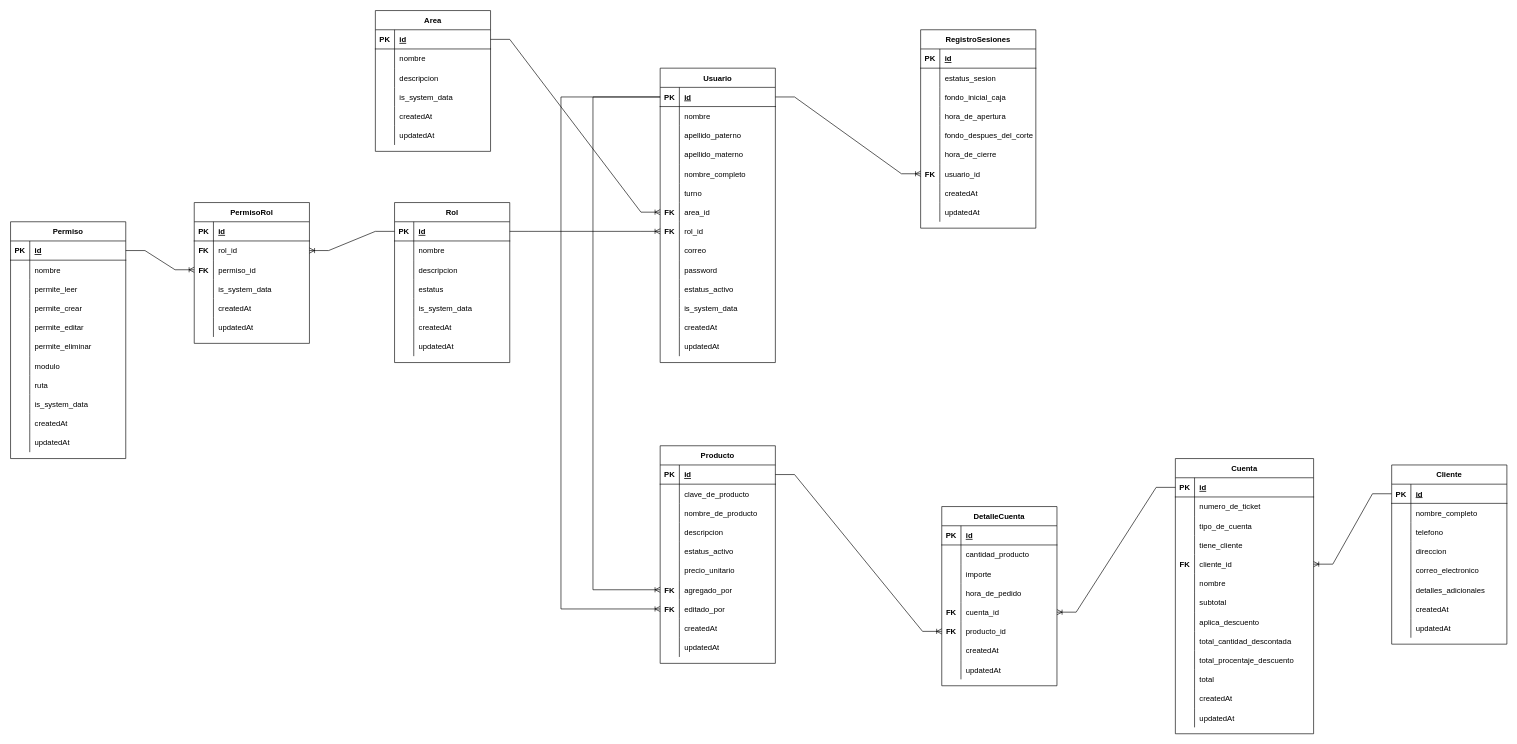
Before: docs/base_de_datos.drawio in Alexander0144/dafnis-cloud, a draw.io diagram. Source tidied: cells renumbered, new cells numbered last; positions are measured from the earlier drawing's top-left corner, leaving out a move shared by most shapes. Both pictures are drawn from the tidied source at 64%, with x=0, y=0 at pixel (10, 10).
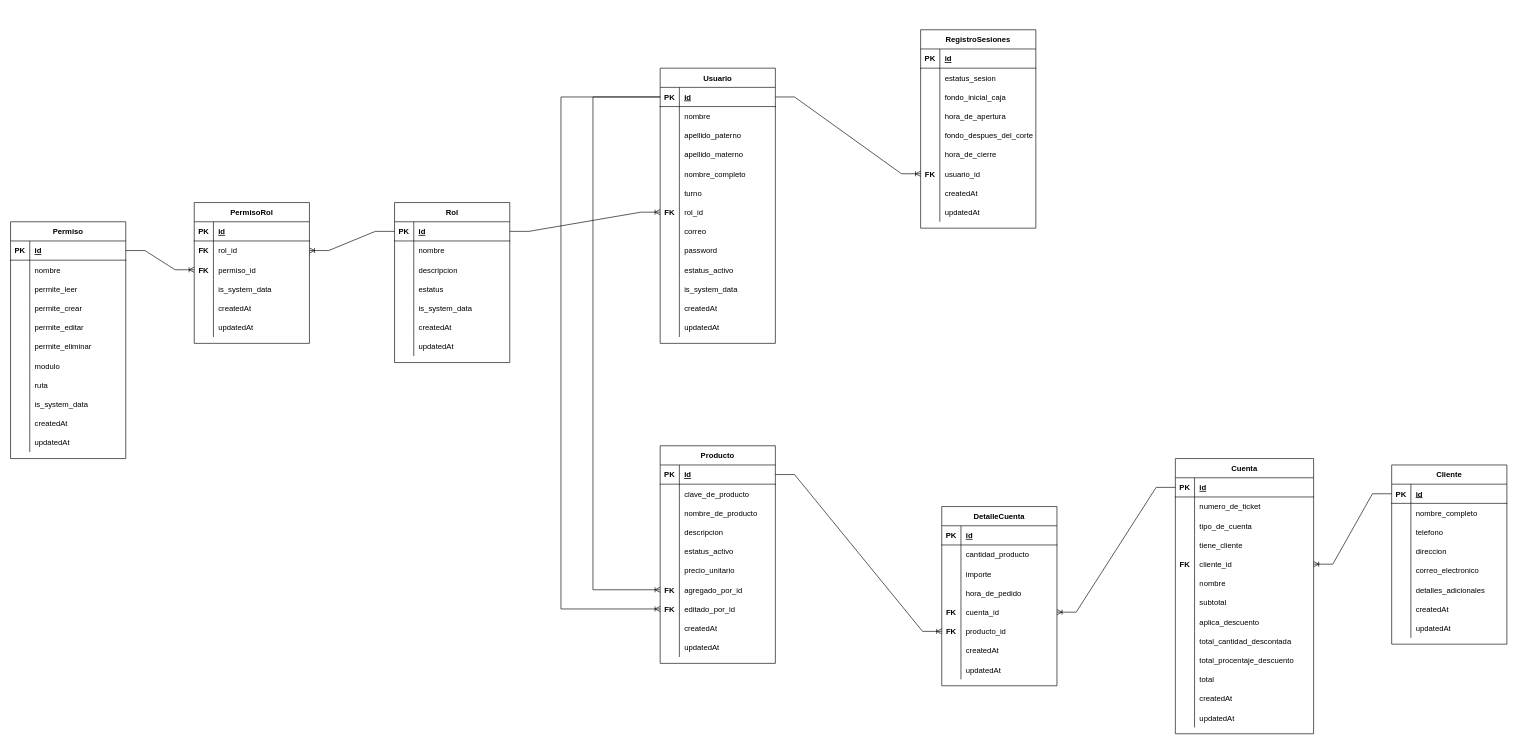
The same diagram, later.

Commit message (it also covers changes not shown here):
wip: working on project base models and structure

The change refers to these unchanged cells:
```xml
<mxCell id="191" style="shape=tableRow;horizontal=0;startSize=0;swimlaneHead=0;swimlaneBody=0;fillColor=none;points=[[0,0.5],[1,0.5]];portConstraint=eastwest;top=0;left=0;right=0;bottom=0;" parent="172" vertex="1">
  <mxGeometry y="210" width="180" height="30" as="geometry" />
</mxCell>
<mxCell id="194" style="shape=tableRow;horizontal=0;startSize=0;swimlaneHead=0;swimlaneBody=0;fillColor=none;points=[[0,0.5],[1,0.5]];portConstraint=eastwest;top=0;left=0;right=0;bottom=0;" parent="172" vertex="1">
  <mxGeometry y="240" width="180" height="30" as="geometry" />
</mxCell>
```

The edit, as a diff of the source:
```diff
@@
     <mxCell id="2" value="Usuario" style="shape=table;startSize=30;childLayout=tableLayout;rowLines=0;fontStyle=1;align=center;" parent="1" vertex="1">
-      <mxGeometry x="1015" y="90" width="180" height="460" as="geometry" />
+      <mxGeometry x="1015" y="90" width="180" height="430" as="geometry" />
     </mxCell>
@@
-    <mxCell id="21" style="shape=tableRow;horizontal=0;startSize=0;swimlaneHead=0;swimlaneBody=0;fillColor=none;points=[[0,0.5],[1,0.5]];portConstraint=eastwest;top=0;left=0;right=0;bottom=0;" parent="2" vertex="1">
-      <mxGeometry y="210" width="180" height="30" as="geometry" />
-    </mxCell>
-    <mxCell id="22" value="FK" style="shape=partialRectangle;fillColor=none;top=0;left=0;bottom=0;right=0;overflow=hidden;fontStyle=1;" parent="21" vertex="1">
-      <mxGeometry width="30" height="30" as="geometry" />
-    </mxCell>
-    <mxCell id="23" value="area_id" style="shape=partialRectangle;fillColor=none;top=0;left=0;bottom=0;right=0;align=left;spacingLeft=6;overflow=hidden;" parent="21" vertex="1">
-      <mxGeometry x="30" width="150" height="30" as="geometry" />
-    </mxCell>
     <mxCell id="24" style="shape=tableRow;horizontal=0;startSize=0;swimlaneHead=0;swimlaneBody=0;fillColor=none;points=[[0,0.5],[1,0.5]];portConstraint=eastwest;top=0;left=0;right=0;bottom=0;" parent="2" vertex="1">
-      <mxGeometry y="240" width="180" height="30" as="geometry" />
+      <mxGeometry y="210" width="180" height="30" as="geometry" />
     </mxCell>
@@
     <mxCell id="27" style="shape=tableRow;horizontal=0;startSize=0;swimlaneHead=0;swimlaneBody=0;fillColor=none;top=0;left=0;right=0;bottom=0;" parent="2" vertex="1">
-      <mxGeometry y="270" width="180" height="30" as="geometry" />
+      <mxGeometry y="240" width="180" height="30" as="geometry" />
     </mxCell>
@@
     <mxCell id="30" style="shape=tableRow;horizontal=0;startSize=0;swimlaneHead=0;swimlaneBody=0;fillColor=none;top=0;left=0;right=0;bottom=0;" parent="2" vertex="1">
-      <mxGeometry y="300" width="180" height="30" as="geometry" />
+      <mxGeometry y="270" width="180" height="30" as="geometry" />
     </mxCell>
@@
     <mxCell id="33" style="shape=tableRow;horizontal=0;startSize=0;swimlaneHead=0;swimlaneBody=0;fillColor=none;top=0;left=0;right=0;bottom=0;" parent="2" vertex="1">
-      <mxGeometry y="330" width="180" height="30" as="geometry" />
+      <mxGeometry y="300" width="180" height="30" as="geometry" />
     </mxCell>
@@
     <mxCell id="36" style="shape=tableRow;horizontal=0;startSize=0;swimlaneHead=0;swimlaneBody=0;fillColor=none;top=0;left=0;right=0;bottom=0;" parent="2" vertex="1">
-      <mxGeometry y="360" width="180" height="30" as="geometry" />
+      <mxGeometry y="330" width="180" height="30" as="geometry" />
     </mxCell>
@@
     <mxCell id="39" style="shape=tableRow;horizontal=0;startSize=0;swimlaneHead=0;swimlaneBody=0;fillColor=none;top=0;left=0;right=0;bottom=0;" parent="2" vertex="1">
-      <mxGeometry y="390" width="180" height="30" as="geometry" />
+      <mxGeometry y="360" width="180" height="30" as="geometry" />
     </mxCell>
@@
     <mxCell id="42" style="shape=tableRow;horizontal=0;startSize=0;swimlaneHead=0;swimlaneBody=0;fillColor=none;top=0;left=0;right=0;bottom=0;" parent="2" vertex="1">
-      <mxGeometry y="420" width="180" height="30" as="geometry" />
+      <mxGeometry y="390" width="180" height="30" as="geometry" />
     </mxCell>
@@
-    <mxCell id="45" value="Area" style="shape=table;startSize=30;childLayout=tableLayout;rowLines=0;fontStyle=1;align=center;" parent="1" vertex="1">
-      <mxGeometry x="570" width="180" height="220" as="geometry" />
-    </mxCell>
-    <mxCell id="46" style="shape=tableRow;horizontal=0;startSize=0;swimlaneHead=0;swimlaneBody=0;fillColor=none;points=[[0,0.5],[1,0.5]];portConstraint=eastwest;top=0;left=0;right=0;bottom=1;" parent="45" vertex="1">
-      <mxGeometry y="30" width="180" height="30" as="geometry" />
-    </mxCell>
-    <mxCell id="47" value="PK" style="shape=partialRectangle;fillColor=none;top=0;left=0;bottom=0;right=0;fontStyle=1;overflow=hidden;" parent="46" vertex="1">
-      <mxGeometry width="30" height="30" as="geometry" />
-    </mxCell>
-    <mxCell id="48" value="id" style="shape=partialRectangle;fillColor=none;top=0;left=0;bottom=0;right=0;align=left;spacingLeft=6;fontStyle=5;overflow=hidden;" parent="46" vertex="1">
-      <mxGeometry x="30" width="150" height="30" as="geometry" />
-    </mxCell>
-    <mxCell id="49" style="shape=tableRow;horizontal=0;startSize=0;swimlaneHead=0;swimlaneBody=0;fillColor=none;top=0;left=0;right=0;bottom=0;" parent="45" vertex="1">
-      <mxGeometry y="60" width="180" height="30" as="geometry" />
-    </mxCell>
-    <mxCell id="50" style="shape=partialRectangle;fillColor=none;top=0;left=0;bottom=0;right=0;overflow=hidden;" parent="49" vertex="1">
-      <mxGeometry width="30" height="30" as="geometry" />
-    </mxCell>
-    <mxCell id="51" value="nombre" style="shape=partialRectangle;fillColor=none;top=0;left=0;bottom=0;right=0;align=left;spacingLeft=6;overflow=hidden;" parent="49" vertex="1">
-      <mxGeometry x="30" width="150" height="30" as="geometry" />
-    </mxCell>
-    <mxCell id="52" style="shape=tableRow;horizontal=0;startSize=0;swimlaneHead=0;swimlaneBody=0;fillColor=none;top=0;left=0;right=0;bottom=0;" parent="45" vertex="1">
-      <mxGeometry y="90" width="180" height="30" as="geometry" />
-    </mxCell>
-    <mxCell id="53" style="shape=partialRectangle;fillColor=none;top=0;left=0;bottom=0;right=0;overflow=hidden;" parent="52" vertex="1">
-      <mxGeometry width="30" height="30" as="geometry" />
-    </mxCell>
-    <mxCell id="54" value="descripcion" style="shape=partialRectangle;fillColor=none;top=0;left=0;bottom=0;right=0;align=left;spacingLeft=6;overflow=hidden;" parent="52" vertex="1">
-      <mxGeometry x="30" width="150" height="30" as="geometry" />
-    </mxCell>
-    <mxCell id="55" style="shape=tableRow;horizontal=0;startSize=0;swimlaneHead=0;swimlaneBody=0;fillColor=none;top=0;left=0;right=0;bottom=0;" parent="45" vertex="1">
-      <mxGeometry y="120" width="180" height="30" as="geometry" />
-    </mxCell>
-    <mxCell id="56" style="shape=partialRectangle;fillColor=none;top=0;left=0;bottom=0;right=0;overflow=hidden;" parent="55" vertex="1">
-      <mxGeometry width="30" height="30" as="geometry" />
-    </mxCell>
-    <mxCell id="57" value="is_system_data" style="shape=partialRectangle;fillColor=none;top=0;left=0;bottom=0;right=0;align=left;spacingLeft=6;overflow=hidden;" parent="55" vertex="1">
-      <mxGeometry x="30" width="150" height="30" as="geometry" />
-    </mxCell>
-    <mxCell id="58" style="shape=tableRow;horizontal=0;startSize=0;swimlaneHead=0;swimlaneBody=0;fillColor=none;top=0;left=0;right=0;bottom=0;" parent="45" vertex="1">
-      <mxGeometry y="150" width="180" height="30" as="geometry" />
-    </mxCell>
-    <mxCell id="59" style="shape=partialRectangle;fillColor=none;top=0;left=0;bottom=0;right=0;overflow=hidden;" parent="58" vertex="1">
-      <mxGeometry width="30" height="30" as="geometry" />
-    </mxCell>
-    <mxCell id="60" value="createdAt" style="shape=partialRectangle;fillColor=none;top=0;left=0;bottom=0;right=0;align=left;spacingLeft=6;overflow=hidden;" parent="58" vertex="1">
-      <mxGeometry x="30" width="150" height="30" as="geometry" />
-    </mxCell>
-    <mxCell id="61" style="shape=tableRow;horizontal=0;startSize=0;swimlaneHead=0;swimlaneBody=0;fillColor=none;top=0;left=0;right=0;bottom=0;" parent="45" vertex="1">
-      <mxGeometry y="180" width="180" height="30" as="geometry" />
-    </mxCell>
-    <mxCell id="62" style="shape=partialRectangle;fillColor=none;top=0;left=0;bottom=0;right=0;overflow=hidden;" parent="61" vertex="1">
-      <mxGeometry width="30" height="30" as="geometry" />
-    </mxCell>
-    <mxCell id="63" value="updatedAt" style="shape=partialRectangle;fillColor=none;top=0;left=0;bottom=0;right=0;align=left;spacingLeft=6;overflow=hidden;" parent="61" vertex="1">
-      <mxGeometry x="30" width="150" height="30" as="geometry" />
-    </mxCell>
@@
-    <mxCell id="86" style="edgeStyle=entityRelationEdgeStyle;fontSize=12;html=1;endArrow=ERoneToMany;rounded=0;exitX=1;exitY=0.5;exitDx=0;exitDy=0;entryX=0;entryY=0.5;entryDx=0;entryDy=0;" parent="1" edge="1" source="46" target="21">
-      <mxGeometry relative="1" as="geometry" />
-    </mxCell>
@@
-    <mxCell id="193" value="agregado_por" style="shape=partialRectangle;fillColor=none;top=0;left=0;bottom=0;right=0;align=left;spacingLeft=6;overflow=hidden;" parent="191" vertex="1">
+    <mxCell id="193" value="agregado_por_id" style="shape=partialRectangle;fillColor=none;top=0;left=0;bottom=0;right=0;align=left;spacingLeft=6;overflow=hidden;" parent="191" vertex="1">
       <mxGeometry x="30" width="150" height="30" as="geometry" />
     </mxCell>
@@
-    <mxCell id="196" value="editado_por" style="shape=partialRectangle;fillColor=none;top=0;left=0;bottom=0;right=0;align=left;spacingLeft=6;overflow=hidden;" parent="194" vertex="1">
+    <mxCell id="196" value="editado_por_id" style="shape=partialRectangle;fillColor=none;top=0;left=0;bottom=0;right=0;align=left;spacingLeft=6;overflow=hidden;" parent="194" vertex="1">
       <mxGeometry x="30" width="150" height="30" as="geometry" />
     </mxCell>
```
